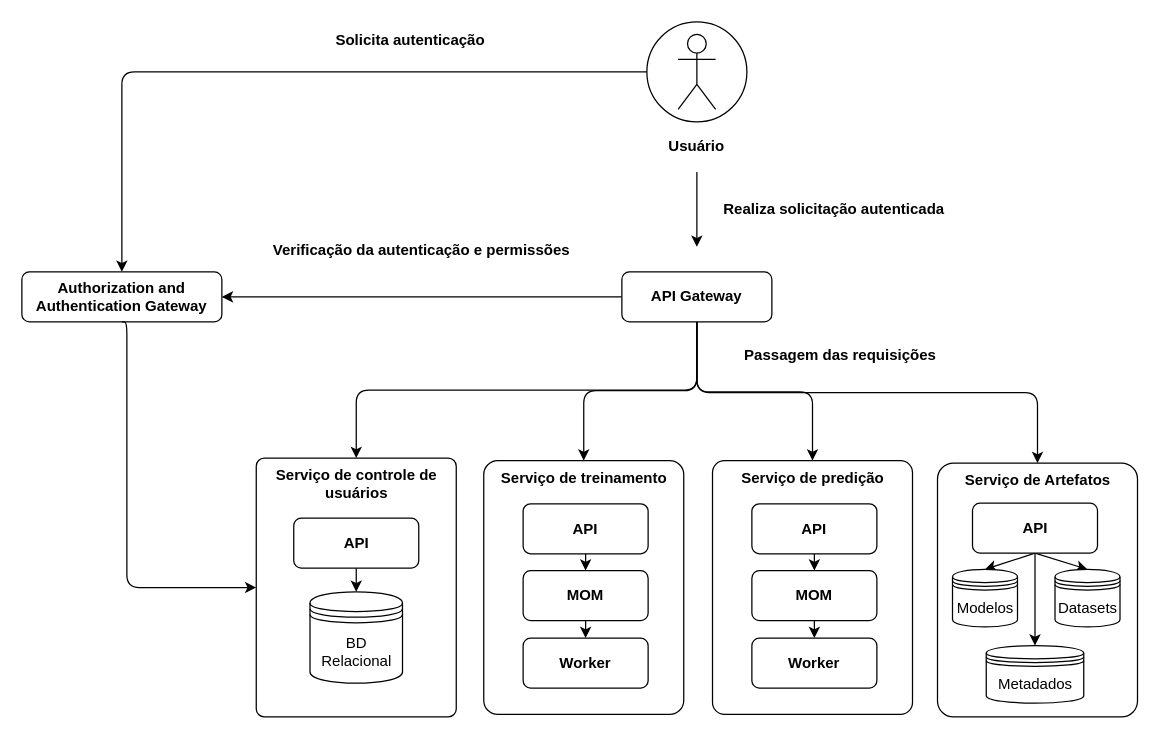
The draw.io diagram architecture.drawio in moesio-f/ml-hub, before the edit. Source tidied: cells renumbered, new cells numbered last; positions are measured from the earlier drawing's top-left corner, leaving out a move shared by most shapes. Both pictures are drawn from the tidied source at 125%, with x=0, y=0 at pixel (21, 21).
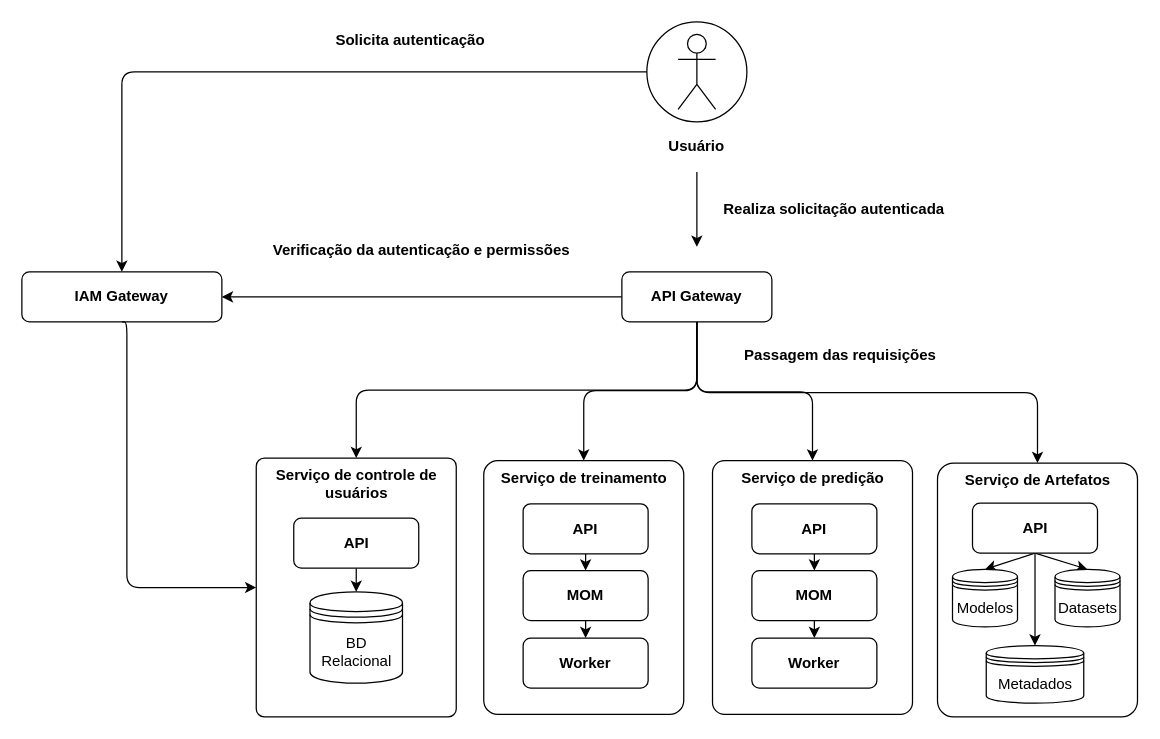
After the change.

Change to the diagram source:
```diff
@@
-    <mxCell id="15" value="&lt;b style=&quot;font-size: 12px;&quot;&gt;Authorization and Authentication Gateway&lt;/b&gt;" style="rounded=1;whiteSpace=wrap;html=1;fontSize=12;" parent="1" vertex="1">
+    <mxCell id="15" value="&lt;b style=&quot;font-size: 12px;&quot;&gt;IAM Gateway&lt;/b&gt;" style="rounded=1;whiteSpace=wrap;html=1;fontSize=12;" parent="1" vertex="1">
       <mxGeometry y="200" width="160" height="40" as="geometry" />
     </mxCell>
```
